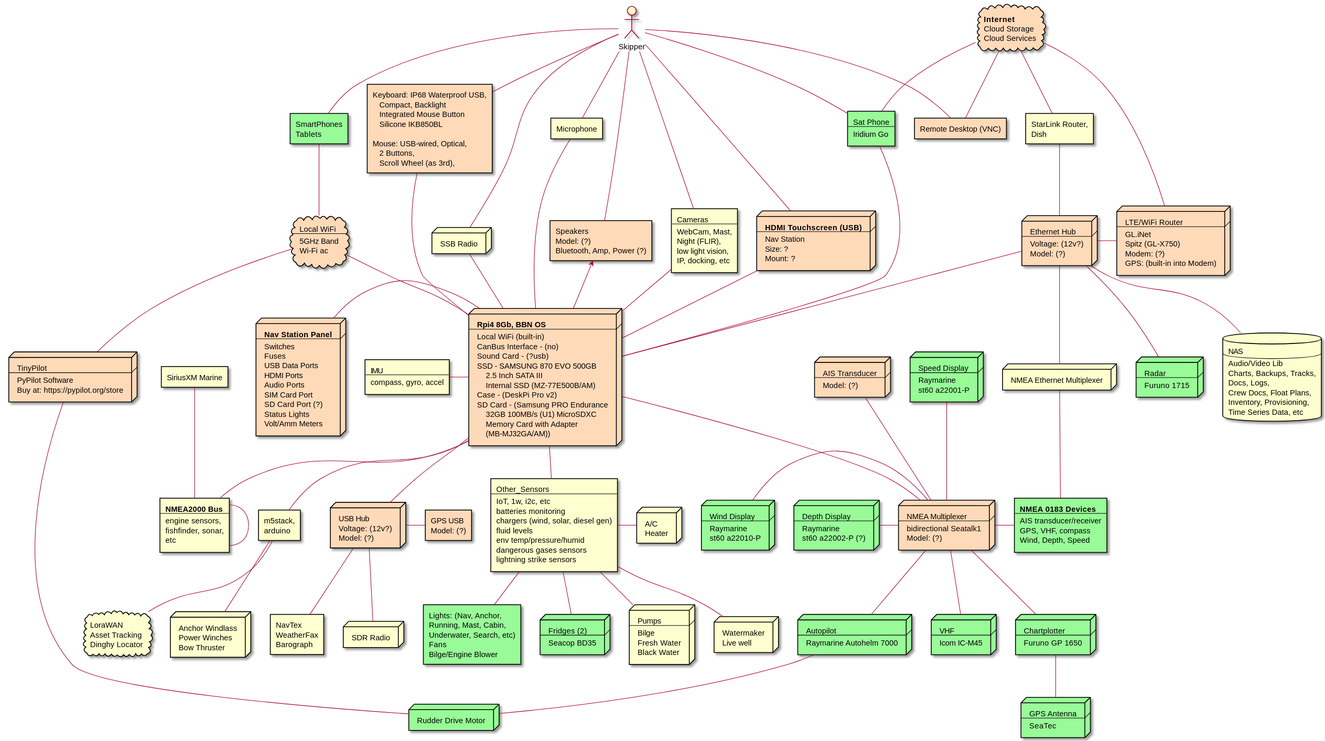
SY-Alcazar/SY-Alcazar keeps this PlantUML diagram as docs/images/alcazar-system-arch.svg. Above is the earlier version.
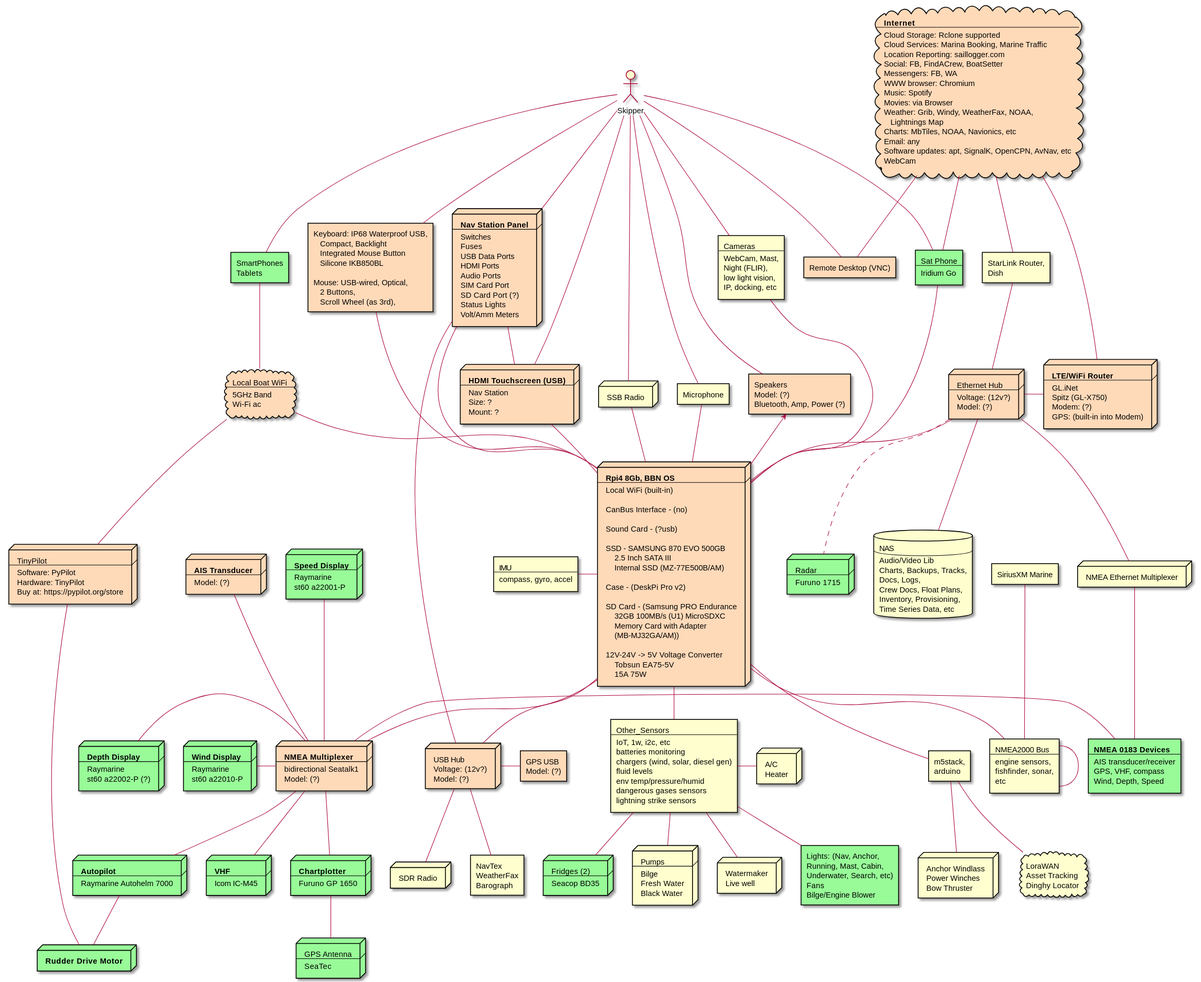
Later version of the same file.

Commit message:
alcazar system arch

Change to the diagram source:
```diff
@@ -22,16 +22,25 @@
  <b>Rpi4 8Gb, BBN OS
  ----
  Local WiFi (built-in)
+
  CanBus Interface - (no)
+
  Sound Card - (?usb)
+
  SSD - SAMSUNG 870 EVO 500GB
      2.5 Inch SATA III
      Internal SSD (MZ-77E500B/AM)
+
  Case - (DeskPi Pro v2)
+
  SD Card - (Samsung PRO Endurance
      32GB 100MB/s (U1) MicroSDXC
      Memory Card with Adapter
      (MB-MJ32GA/AM))
+
+ 12V-24V -> 5V Voltage Converter
+     Tobsun EA75-5V
+     15A 75W
 ]
 
 rectangle GPS #peachpuff [
@@ -46,7 +55,7 @@
 ]
 
 rectangle NMEA_2000 [
- <b>NMEA2000 Bus
+ NMEA2000 Bus
  ----
  engine sensors,
  fishfinder, sonar,
@@ -54,7 +63,7 @@
 ]
 
 node NMEA_Mux #peachpuff [
- NMEA Multiplexer
+ <b>NMEA Multiplexer
  ----
  bidirectional Seatalk1
  Model: (?)
@@ -73,7 +82,7 @@
 ]
 
 node AP #palegreen [
- Autopilot
+ <b>Autopilot
  ---
  Raymarine Autohelm 7000
 ]
@@ -81,18 +90,19 @@
 node AP_2 #peachpuff [
  TinyPilot
  ---
- PyPilot Software
+ Software: PyPilot
+ Hardware: TinyPilot
  Buy at: https://pypilot.org/store
 ]
 
 node VHF #palegreen [
- VHF
+ <b>VHF
  ---
  Icom IC-M45
 ]
 
 node Chartplotter #palegreen [
- Chartplotter
+ <b>Chartplotter
  ---
  Furuno GP 1650
 ]
@@ -117,7 +127,7 @@
 ]
 
 node Router #peachpuff [
- LTE/WiFi Router
+ <b>LTE/WiFi Router
  ----
  GL.iNet
  Spitz (GL-X750)
@@ -172,7 +182,7 @@
 ]
 
 cloud WiFi_Local #peachpuff [
- Local WiFi
+ Local Boat WiFi
  ----
  5GHz Band
  Wi-Fi ac
@@ -219,7 +229,7 @@
 ]
 
 node AIS #peachpuff [
- AIS Transducer
+ <b>AIS Transducer
  ----
  Model: (?)
 ]
@@ -270,25 +280,25 @@
 ]
 
 node Rudder #palegreen [
- Rudder Drive Motor
+ <b>Rudder Drive Motor
 ]
 
 node Dash_1 #palegreen [
- Wind Display
+ <b>Wind Display
  ----
  Raymarine
  st60 a22010-P
 ]
 
 node Dash_2 #palegreen [
- Speed Display
+ <b>Speed Display
  ----
  Raymarine
  st60 a22001-P
 ]
 
 node Dash_3 #palegreen [
- Depth Display
+ <b>Depth Display
  ----
  Raymarine
  st60 a22002-P (?)
@@ -308,8 +318,21 @@
 
 cloud Cloud_Internet #peachpuff [
  <b>Internet
- Cloud Storage
- Cloud Services
+ ----
+ Cloud Storage: Rclone supported
+ Cloud Services: Marina Booking, Marine Traffic
+ Location Reporting: saillogger.com
+ Social: FB, FindACrew, BoatSetter
+ Messengers: FB, WA
+ WWW browser: Chromium
+ Music: Spotify
+ Movies: via Browser
+ Weather: Grib, Windy, WeatherFax, NOAA,
+    Lightnings Map
+ Charts: MbTiles, NOAA, Navionics, etc
+ Email: any
+ Software updates: apt, SignalK, OpenCPN, AvNav, etc
+ WebCam
 ]
 
 cloud Lora [
@@ -340,6 +363,9 @@
 RPI -u- Keyboard_Mouse
 RPI -l- Panel
 
+Panel -- Touchscreen
+Panel -- USB_Hub
+
 SmartPhone -- WiFi_Local
 AP_2 -u- WiFi_Local
 AP -- Rudder
@@ -349,7 +375,7 @@
 NMEA_2000 -- NMEA_2000
 
 Eth_Hub -r- Router
-Eth_Hub -- Radar
+Eth_Hub -[dashed]- Radar
 Eth_Hub -- NAS
 Eth_Hub -- NMEA_Eth_Mux
 Eth_Hub -u- Dish_Router
@@ -393,5 +419,6 @@
 Skipper -- SmartPhone
 Skipper -- Keyboard_Mouse
 Skipper -- Remote_Desktop
+Skipper -- Panel
 
 @enduml
```
